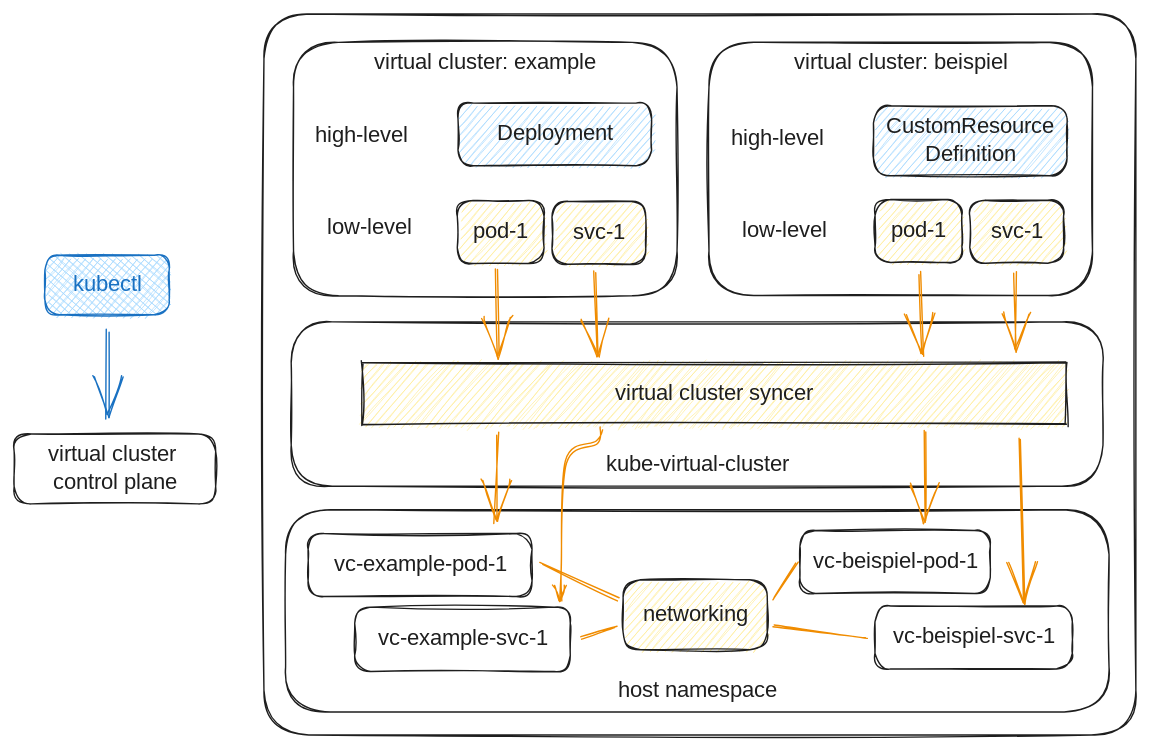
FlyinPancake/bsc-thesis keeps this Excalidraw diagram as thesis/figures/vcluster-arch.excalidraw.svg. Above is the earlier version. Source tidied: one line per element, renumbered; positions are measured from the earlier drawing's top-left corner, leaving out a move shared by most shapes. The source it was exported from:
```json
{"id": 0, "type": "rectangle", "strokeColor": "#1e1e1e", "strokeWidth": 1, "roughness": 1, "round": true, "x": 178, "y": 0, "width": 623, "height": 515}
{"id": 1, "type": "rectangle", "strokeColor": "#1e1e1e", "strokeWidth": 1, "roughness": 1, "round": true, "x": 194, "y": 354, "width": 588, "height": 144}
{"id": 2, "type": "text", "text": "host namespace", "strokeColor": "#1e1e1e", "strokeWidth": 1, "roughness": 1, "fontSize": 16, "fontFamily": 1, "textAlign": "center", "verticalAlign": "bottom", "inside": 1, "x": 426, "y": 474, "width": 124, "height": 20}
{"id": 3, "type": "rectangle", "strokeColor": "#1e1e1e", "strokeWidth": 1, "roughness": 1, "round": true, "x": 198, "y": 220, "width": 580, "height": 117}
{"id": 4, "type": "text", "text": "kube-virtual-cluster", "strokeColor": "#1e1e1e", "backgroundColor": "#ffec99", "fillStyle": "hachure", "strokeWidth": 1, "roughness": 1, "fontSize": 16, "fontFamily": 1, "textAlign": "center", "verticalAlign": "bottom", "inside": 3, "x": 411, "y": 312, "width": 153, "height": 20}
{"id": 5, "type": "rectangle", "strokeColor": "#1e1e1e", "backgroundColor": "#ffec99", "fillStyle": "hachure", "strokeWidth": 1, "roughness": 1, "x": 249, "y": 249, "width": 503, "height": 44}
{"id": 6, "type": "text", "text": "virtual cluster syncer", "strokeColor": "#1e1e1e", "backgroundColor": "#ffec99", "fillStyle": "hachure", "strokeWidth": 1, "roughness": 1, "fontSize": 16, "fontFamily": 1, "textAlign": "center", "verticalAlign": "middle", "inside": 5, "x": 415, "y": 261, "width": 170, "height": 20}
{"id": 7, "type": "rectangle", "strokeColor": "#1e1e1e", "strokeWidth": 1, "roughness": 1, "round": true, "x": 200, "y": 20, "width": 274, "height": 181}
{"id": 8, "type": "text", "text": "virtual cluster: example", "strokeColor": "#1e1e1e", "strokeWidth": 1, "roughness": 1, "fontSize": 16, "fontFamily": 1, "textAlign": "center", "inside": 7, "x": 244, "y": 25, "width": 186, "height": 20}
{"id": 9, "type": "rectangle", "strokeColor": "#1e1e1e", "backgroundColor": "#a5d8ff", "fillStyle": "hachure", "strokeWidth": 1, "roughness": 1, "round": true, "x": 317, "y": 64, "width": 138, "height": 45}
{"id": 10, "type": "text", "text": "Deployment", "strokeColor": "#1e1e1e", "strokeWidth": 1, "roughness": 1, "fontSize": 16, "fontFamily": 1, "textAlign": "center", "verticalAlign": "middle", "inside": 9, "x": 344, "y": 76, "width": 85, "height": 20}
{"id": 11, "type": "rectangle", "strokeColor": "#1e1e1e", "backgroundColor": "#ffec99", "fillStyle": "hachure", "strokeWidth": 1, "roughness": 1, "round": true, "x": 317, "y": 133, "width": 62, "height": 45}
{"id": 12, "type": "text", "text": "pod-1", "strokeColor": "#1e1e1e", "strokeWidth": 1, "roughness": 1, "fontSize": 16, "fontFamily": 1, "textAlign": "center", "verticalAlign": "middle", "inside": 11, "x": 329, "y": 146, "width": 37, "height": 20}
{"id": 13, "type": "text", "text": "high-level", "strokeColor": "#1e1e1e", "backgroundColor": "#ffec99", "fillStyle": "hachure", "strokeWidth": 1, "roughness": 1, "fontSize": 16, "fontFamily": 1, "textAlign": "center", "verticalAlign": "middle", "x": 214, "y": 77, "width": 68, "height": 20}
{"id": 14, "type": "text", "text": "low-level", "strokeColor": "#1e1e1e", "backgroundColor": "#ffec99", "fillStyle": "hachure", "strokeWidth": 1, "roughness": 1, "fontSize": 16, "fontFamily": 1, "textAlign": "center", "verticalAlign": "middle", "x": 222, "y": 143, "width": 64, "height": 20}
{"id": 15, "type": "rectangle", "strokeColor": "#1e1e1e", "strokeWidth": 1, "roughness": 1, "round": true, "x": 496, "y": 20, "width": 274, "height": 181}
{"id": 16, "type": "text", "text": "virtual cluster: beispiel", "strokeColor": "#1e1e1e", "strokeWidth": 1, "roughness": 1, "fontSize": 16, "fontFamily": 1, "textAlign": "center", "inside": 15, "x": 544, "y": 25, "width": 180, "height": 20}
{"id": 17, "type": "rectangle", "strokeColor": "#1e1e1e", "backgroundColor": "#a5d8ff", "fillStyle": "hachure", "strokeWidth": 1, "roughness": 1, "round": true, "x": 614, "y": 66, "width": 138, "height": 50}
{"id": 18, "type": "text", "text": "CustomResource\nDefinition", "strokeColor": "#1e1e1e", "strokeWidth": 1, "roughness": 1, "fontSize": 16, "fontFamily": 1, "textAlign": "center", "verticalAlign": "middle", "inside": 17, "x": 620, "y": 71, "width": 126, "height": 40}
{"id": 19, "type": "text", "text": "high-level", "strokeColor": "#1e1e1e", "backgroundColor": "#ffec99", "fillStyle": "hachure", "strokeWidth": 1, "roughness": 1, "fontSize": 16, "fontFamily": 1, "textAlign": "center", "verticalAlign": "middle", "x": 511, "y": 79, "width": 68, "height": 20}
{"id": 20, "type": "text", "text": "low-level", "strokeColor": "#1e1e1e", "backgroundColor": "#ffec99", "fillStyle": "hachure", "strokeWidth": 1, "roughness": 1, "fontSize": 16, "fontFamily": 1, "textAlign": "center", "verticalAlign": "middle", "x": 519, "y": 145, "width": 64, "height": 20}
{"id": 21, "type": "rectangle", "strokeColor": "#1e1e1e", "backgroundColor": "#ffec99", "fillStyle": "hachure", "strokeWidth": 1, "roughness": 1, "round": true, "x": 384, "y": 134, "width": 67, "height": 45}
{"id": 22, "type": "text", "text": "svc-1", "strokeColor": "#1e1e1e", "strokeWidth": 1, "roughness": 1, "fontSize": 16, "fontFamily": 1, "textAlign": "center", "verticalAlign": "middle", "inside": 21, "x": 400, "y": 146, "width": 36, "height": 20}
{"id": 23, "type": "rectangle", "strokeColor": "#1e1e1e", "backgroundColor": "#ffec99", "fillStyle": "hachure", "strokeWidth": 1, "roughness": 1, "round": true, "x": 615, "y": 133, "width": 62, "height": 45}
{"id": 24, "type": "text", "text": "pod-1", "strokeColor": "#1e1e1e", "strokeWidth": 1, "roughness": 1, "fontSize": 16, "fontFamily": 1, "textAlign": "center", "verticalAlign": "middle", "inside": 23, "x": 628, "y": 145, "width": 37, "height": 20}
{"id": 25, "type": "rectangle", "strokeColor": "#1e1e1e", "backgroundColor": "#ffec99", "fillStyle": "hachure", "strokeWidth": 1, "roughness": 1, "round": true, "x": 683, "y": 133, "width": 67, "height": 45}
{"id": 26, "type": "text", "text": "svc-1", "strokeColor": "#1e1e1e", "strokeWidth": 1, "roughness": 1, "fontSize": 16, "fontFamily": 1, "textAlign": "center", "verticalAlign": "middle", "inside": 25, "x": 698, "y": 146, "width": 36, "height": 20}
{"id": 27, "type": "rectangle", "strokeColor": "#1e1e1e", "strokeWidth": 1, "roughness": 1, "round": true, "x": 210, "y": 371, "width": 160, "height": 45}
{"id": 28, "type": "text", "text": "vc-example-pod-1", "strokeColor": "#1e1e1e", "strokeWidth": 1, "roughness": 1, "fontSize": 16, "fontFamily": 1, "textAlign": "center", "verticalAlign": "middle", "inside": 27, "x": 227, "y": 384, "width": 126, "height": 20}
{"id": 29, "type": "rectangle", "strokeColor": "#1e1e1e", "strokeWidth": 1, "roughness": 1, "round": true, "x": 243, "y": 424, "width": 154, "height": 46}
{"id": 30, "type": "text", "text": "vc-example-svc-1", "strokeColor": "#1e1e1e", "strokeWidth": 1, "roughness": 1, "fontSize": 16, "fontFamily": 1, "textAlign": "center", "verticalAlign": "middle", "inside": 29, "x": 258, "y": 437, "width": 125, "height": 20}
{"id": 31, "type": "rectangle", "strokeColor": "#1e1e1e", "strokeWidth": 1, "roughness": 1, "round": true, "x": 561, "y": 369, "width": 136, "height": 45}
{"id": 32, "type": "text", "text": "vc-beispiel-pod-1", "strokeColor": "#1e1e1e", "strokeWidth": 1, "roughness": 1, "fontSize": 16, "fontFamily": 1, "textAlign": "center", "verticalAlign": "middle", "inside": 31, "x": 570, "y": 381, "width": 120, "height": 20}
{"id": 33, "type": "rectangle", "strokeColor": "#1e1e1e", "strokeWidth": 1, "roughness": 1, "round": true, "x": 615, "y": 423, "width": 141, "height": 45}
{"id": 34, "type": "text", "text": "vc-beispiel-svc-1", "strokeColor": "#1e1e1e", "strokeWidth": 1, "roughness": 1, "fontSize": 16, "fontFamily": 1, "textAlign": "center", "verticalAlign": "middle", "inside": 33, "x": 626, "y": 435, "width": 119, "height": 20}
{"id": 35, "type": "arrow", "strokeColor": "#f08c00", "strokeWidth": 1, "roughness": 1, "endArrowhead": "arrow", "round": true, "from": 11, "to": 5, "x": 345, "y": 182, "width": 2, "height": 63, "points": [[0, 0], [2, 63]]}
{"id": 36, "type": "arrow", "strokeColor": "#f08c00", "strokeWidth": 1, "roughness": 1, "endArrowhead": "arrow", "round": true, "from": 21, "to": 5, "x": 415, "y": 185, "width": 1, "height": 58, "points": [[0, 0], [1, 58]]}
{"id": 37, "type": "arrow", "strokeColor": "#f08c00", "strokeWidth": 1, "roughness": 1, "endArrowhead": "arrow", "round": true, "from": 23, "to": 5, "x": 647, "y": 185, "width": 3, "height": 59, "points": [[0, 0], [3, 59]]}
{"id": 38, "type": "arrow", "strokeColor": "#f08c00", "strokeWidth": 1, "roughness": 1, "endArrowhead": "arrow", "round": true, "from": 25, "to": 5, "x": 715, "y": 185, "width": 1, "height": 56, "points": [[0, 0], [1, 56]]}
{"id": 39, "type": "arrow", "strokeColor": "#f08c00", "strokeWidth": 1, "roughness": 1, "endArrowhead": "arrow", "round": true, "from": 5, "to": 27, "x": 346, "y": 300, "width": 2, "height": 64, "points": [[0, 0], [-2, 64]]}
{"id": 40, "type": "arrow", "strokeColor": "#f08c00", "strokeWidth": 1, "roughness": 1, "endArrowhead": "arrow", "round": true, "from": 5, "to": 29, "x": 420, "y": 296, "width": 28, "height": 123, "points": [[0, 0], [-3, 10], [-25, 24], [-28, 99], [-28, 123]]}
{"id": 41, "type": "arrow", "strokeColor": "#f08c00", "strokeWidth": 1, "roughness": 1, "endArrowhead": "arrow", "round": true, "from": 5, "to": 31, "x": 651, "y": 299, "width": 1, "height": 64, "points": [[0, 0], [-1, 64]]}
{"id": 42, "type": "arrow", "strokeColor": "#f08c00", "strokeWidth": 1, "roughness": 1, "endArrowhead": "arrow", "round": true, "from": 5, "to": 33, "x": 718, "y": 304, "width": 4, "height": 117, "points": [[0, 0], [4, 117]]}
{"id": 43, "type": "rectangle", "strokeColor": "#1e1e1e", "backgroundColor": "#ffec99", "fillStyle": "hachure", "strokeWidth": 1, "roughness": 1, "round": true, "x": 435, "y": 404, "width": 103, "height": 50}
{"id": 44, "type": "text", "text": "networking", "strokeColor": "#1e1e1e", "backgroundColor": "#ffec99", "fillStyle": "hachure", "strokeWidth": 1, "roughness": 1, "fontSize": 16, "fontFamily": 1, "textAlign": "center", "verticalAlign": "middle", "inside": 43, "x": 448, "y": 419, "width": 78, "height": 20}
{"id": 45, "type": "arrow", "strokeColor": "#f08c00", "backgroundColor": "#ffec99", "fillStyle": "hachure", "strokeWidth": 1, "roughness": 1, "round": true, "from": 31, "to": 43, "x": 559, "y": 392, "width": 17, "height": 25, "points": [[0, 0], [-17, 25]]}
{"id": 46, "type": "arrow", "strokeColor": "#f08c00", "backgroundColor": "#ffec99", "fillStyle": "hachure", "strokeWidth": 1, "roughness": 1, "round": true, "from": 33, "to": 43, "x": 609, "y": 445, "width": 66, "height": 8, "points": [[0, 0], [-66, -8]]}
{"id": 47, "type": "arrow", "strokeColor": "#f08c00", "backgroundColor": "#ffec99", "fillStyle": "hachure", "strokeWidth": 1, "roughness": 1, "round": true, "from": 43, "to": 27, "x": 432, "y": 418, "width": 55, "height": 26, "points": [[0, 0], [-55, -26]]}
{"id": 48, "type": "arrow", "strokeColor": "#f08c00", "backgroundColor": "#ffec99", "fillStyle": "hachure", "strokeWidth": 1, "roughness": 1, "round": true, "from": 43, "to": 29, "x": 430, "y": 438, "width": 25, "height": 8, "points": [[0, 0], [-25, 8]]}
{"id": 49, "type": "rectangle", "strokeColor": "#1971c2", "backgroundColor": "#a5d8ff", "fillStyle": "cross-hatch", "strokeWidth": 1, "roughness": 1, "round": true, "x": 22, "y": 172, "width": 89, "height": 43}
{"id": 50, "type": "text", "text": "kubectl", "strokeColor": "#1971c2", "backgroundColor": "#a5d8ff", "fillStyle": "hachure", "strokeWidth": 1, "roughness": 1, "fontSize": 16, "fontFamily": 1, "textAlign": "center", "verticalAlign": "middle", "inside": 49, "x": 39, "y": 184, "width": 55, "height": 20}
{"id": 51, "type": "arrow", "strokeColor": "#1971c2", "backgroundColor": "#a5d8ff", "fillStyle": "cross-hatch", "strokeWidth": 1, "roughness": 1, "endArrowhead": "arrow", "round": true, "from": 49, "to": 52, "x": 66, "y": 226, "width": 0, "height": 63, "points": [[0, 0], [0, 63]]}
{"id": 52, "type": "rectangle", "strokeColor": "#1e1e1e", "strokeWidth": 1, "roughness": 1, "round": true, "x": 0, "y": 300, "width": 144, "height": 50}
{"id": 53, "type": "text", "text": "virtual cluster \ncontrol plane", "strokeColor": "#1e1e1e", "strokeWidth": 1, "roughness": 1, "fontSize": 16, "fontFamily": 1, "textAlign": "center", "verticalAlign": "middle", "inside": 52, "x": 11, "y": 305, "width": 122, "height": 40}
```
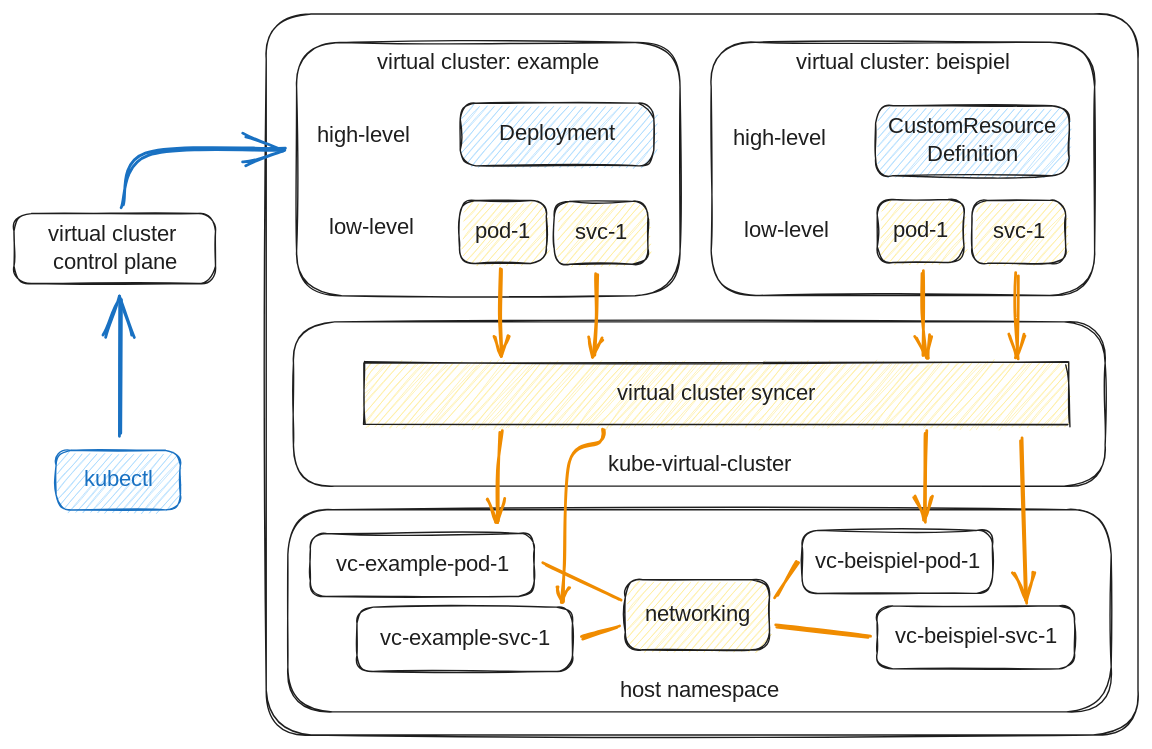
The same diagram one commit later.

Diff of the diagram source:
```diff
@@ -33,22 +33,23 @@
 {"id": 32, "type": "text", "text": "vc-beispiel-pod-1", "strokeColor": "#1e1e1e", "strokeWidth": 1, "roughness": 1, "fontSize": 16, "fontFamily": 1, "textAlign": "center", "verticalAlign": "middle", "inside": 31, "x": 570, "y": 381, "width": 120, "height": 20}
 {"id": 33, "type": "rectangle", "strokeColor": "#1e1e1e", "strokeWidth": 1, "roughness": 1, "round": true, "x": 615, "y": 423, "width": 141, "height": 45}
 {"id": 34, "type": "text", "text": "vc-beispiel-svc-1", "strokeColor": "#1e1e1e", "strokeWidth": 1, "roughness": 1, "fontSize": 16, "fontFamily": 1, "textAlign": "center", "verticalAlign": "middle", "inside": 33, "x": 626, "y": 435, "width": 119, "height": 20}
-{"id": 35, "type": "arrow", "strokeColor": "#f08c00", "strokeWidth": 1, "roughness": 1, "endArrowhead": "arrow", "round": true, "from": 11, "to": 5, "x": 345, "y": 182, "width": 2, "height": 63, "points": [[0, 0], [2, 63]]}
+{"id": 35, "type": "arrow", "strokeColor": "#f08c00", "strokeWidth": 2, "roughness": 1, "endArrowhead": "arrow", "round": true, "from": 11, "to": 5, "x": 345, "y": 182, "width": 1, "height": 63, "points": [[0, 0], [1, 34], [0, 63]]}
-{"id": 36, "type": "arrow", "strokeColor": "#f08c00", "strokeWidth": 1, "roughness": 1, "endArrowhead": "arrow", "round": true, "from": 21, "to": 5, "x": 415, "y": 185, "width": 1, "height": 58, "points": [[0, 0], [1, 58]]}
+{"id": 36, "type": "arrow", "strokeColor": "#f08c00", "strokeWidth": 2, "roughness": 1, "endArrowhead": "arrow", "round": true, "from": 21, "to": 5, "x": 415, "y": 185, "width": 2, "height": 59, "points": [[0, 0], [-2, 31], [-2, 59]]}
-{"id": 37, "type": "arrow", "strokeColor": "#f08c00", "strokeWidth": 1, "roughness": 1, "endArrowhead": "arrow", "round": true, "from": 23, "to": 5, "x": 647, "y": 185, "width": 3, "height": 59, "points": [[0, 0], [3, 59]]}
+{"id": 37, "type": "arrow", "strokeColor": "#f08c00", "strokeWidth": 2, "roughness": 1, "endArrowhead": "arrow", "round": true, "from": 23, "to": 5, "x": 647, "y": 185, "width": 2, "height": 60, "points": [[0, 0], [2, 29], [1, 60]]}
-{"id": 38, "type": "arrow", "strokeColor": "#f08c00", "strokeWidth": 1, "roughness": 1, "endArrowhead": "arrow", "round": true, "from": 25, "to": 5, "x": 715, "y": 185, "width": 1, "height": 56, "points": [[0, 0], [1, 56]]}
+{"id": 38, "type": "arrow", "strokeColor": "#f08c00", "strokeWidth": 2, "roughness": 1, "endArrowhead": "arrow", "round": true, "from": 25, "to": 5, "x": 715, "y": 185, "width": 1, "height": 60, "points": [[0, 0], [0, 29], [1, 60]]}
-{"id": 39, "type": "arrow", "strokeColor": "#f08c00", "strokeWidth": 1, "roughness": 1, "endArrowhead": "arrow", "round": true, "from": 5, "to": 27, "x": 346, "y": 300, "width": 2, "height": 64, "points": [[0, 0], [-2, 64]]}
+{"id": 39, "type": "arrow", "strokeColor": "#f08c00", "strokeWidth": 2, "roughness": 1, "endArrowhead": "arrow", "round": true, "from": 5, "to": 27, "x": 346, "y": 300, "width": 2, "height": 64, "points": [[0, 0], [-2, 28], [-2, 64]]}
-{"id": 40, "type": "arrow", "strokeColor": "#f08c00", "strokeWidth": 1, "roughness": 1, "endArrowhead": "arrow", "round": true, "from": 5, "to": 29, "x": 420, "y": 296, "width": 28, "height": 123, "points": [[0, 0], [-3, 10], [-25, 24], [-28, 99], [-28, 123]]}
+{"id": 40, "type": "arrow", "strokeColor": "#f08c00", "strokeWidth": 2, "roughness": 1, "endArrowhead": "arrow", "round": true, "from": 5, "to": 29, "x": 420, "y": 296, "width": 28, "height": 123, "points": [[0, 0], [-3, 10], [-25, 24], [-28, 99], [-28, 123]]}
-{"id": 41, "type": "arrow", "strokeColor": "#f08c00", "strokeWidth": 1, "roughness": 1, "endArrowhead": "arrow", "round": true, "from": 5, "to": 31, "x": 651, "y": 299, "width": 1, "height": 64, "points": [[0, 0], [-1, 64]]}
+{"id": 41, "type": "arrow", "strokeColor": "#f08c00", "strokeWidth": 2, "roughness": 1, "endArrowhead": "arrow", "round": true, "from": 5, "to": 31, "x": 650, "y": 299, "width": 1, "height": 64, "points": [[0, 0], [-1, 27], [-1, 64]]}
-{"id": 42, "type": "arrow", "strokeColor": "#f08c00", "strokeWidth": 1, "roughness": 1, "endArrowhead": "arrow", "round": true, "from": 5, "to": 33, "x": 718, "y": 304, "width": 4, "height": 117, "points": [[0, 0], [4, 117]]}
+{"id": 42, "type": "arrow", "strokeColor": "#f08c00", "strokeWidth": 2, "roughness": 1, "endArrowhead": "arrow", "round": true, "from": 5, "to": 33, "x": 718, "y": 304, "width": 4, "height": 117, "points": [[0, 0], [3, 74], [4, 117]]}
 {"id": 43, "type": "rectangle", "strokeColor": "#1e1e1e", "backgroundColor": "#ffec99", "fillStyle": "hachure", "strokeWidth": 1, "roughness": 1, "round": true, "x": 435, "y": 404, "width": 103, "height": 50}
 {"id": 44, "type": "text", "text": "networking", "strokeColor": "#1e1e1e", "backgroundColor": "#ffec99", "fillStyle": "hachure", "strokeWidth": 1, "roughness": 1, "fontSize": 16, "fontFamily": 1, "textAlign": "center", "verticalAlign": "middle", "inside": 43, "x": 448, "y": 419, "width": 78, "height": 20}
-{"id": 45, "type": "arrow", "strokeColor": "#f08c00", "backgroundColor": "#ffec99", "fillStyle": "hachure", "strokeWidth": 1, "roughness": 1, "round": true, "from": 31, "to": 43, "x": 559, "y": 392, "width": 17, "height": 25, "points": [[0, 0], [-17, 25]]}
+{"id": 45, "type": "arrow", "strokeColor": "#f08c00", "backgroundColor": "#ffec99", "fillStyle": "hachure", "strokeWidth": 2, "roughness": 1, "round": true, "from": 31, "to": 43, "x": 559, "y": 392, "width": 17, "height": 25, "points": [[0, 0], [-17, 25]]}
-{"id": 46, "type": "arrow", "strokeColor": "#f08c00", "backgroundColor": "#ffec99", "fillStyle": "hachure", "strokeWidth": 1, "roughness": 1, "round": true, "from": 33, "to": 43, "x": 609, "y": 445, "width": 66, "height": 8, "points": [[0, 0], [-66, -8]]}
+{"id": 46, "type": "arrow", "strokeColor": "#f08c00", "backgroundColor": "#ffec99", "fillStyle": "hachure", "strokeWidth": 2, "roughness": 1, "round": true, "from": 33, "to": 43, "x": 609, "y": 445, "width": 66, "height": 8, "points": [[0, 0], [-66, -8]]}
-{"id": 47, "type": "arrow", "strokeColor": "#f08c00", "backgroundColor": "#ffec99", "fillStyle": "hachure", "strokeWidth": 1, "roughness": 1, "round": true, "from": 43, "to": 27, "x": 432, "y": 418, "width": 55, "height": 26, "points": [[0, 0], [-55, -26]]}
+{"id": 47, "type": "arrow", "strokeColor": "#f08c00", "backgroundColor": "#ffec99", "fillStyle": "hachure", "strokeWidth": 2, "roughness": 1, "round": true, "from": 43, "to": 27, "x": 432, "y": 418, "width": 55, "height": 26, "points": [[0, 0], [-55, -26]]}
-{"id": 48, "type": "arrow", "strokeColor": "#f08c00", "backgroundColor": "#ffec99", "fillStyle": "hachure", "strokeWidth": 1, "roughness": 1, "round": true, "from": 43, "to": 29, "x": 430, "y": 438, "width": 25, "height": 8, "points": [[0, 0], [-25, 8]]}
+{"id": 48, "type": "arrow", "strokeColor": "#f08c00", "backgroundColor": "#ffec99", "fillStyle": "hachure", "strokeWidth": 2, "roughness": 1, "round": true, "from": 43, "to": 29, "x": 430, "y": 438, "width": 25, "height": 8, "points": [[0, 0], [-25, 8]]}
-{"id": 49, "type": "rectangle", "strokeColor": "#1971c2", "backgroundColor": "#a5d8ff", "fillStyle": "cross-hatch", "strokeWidth": 1, "roughness": 1, "round": true, "x": 22, "y": 172, "width": 89, "height": 43}
+{"id": 49, "type": "rectangle", "strokeColor": "#1971c2", "backgroundColor": "#a5d8ff", "fillStyle": "hachure", "strokeWidth": 1, "roughness": 1, "round": true, "x": 28, "y": 312, "width": 89, "height": 43}
-{"id": 50, "type": "text", "text": "kubectl", "strokeColor": "#1971c2", "backgroundColor": "#a5d8ff", "fillStyle": "hachure", "strokeWidth": 1, "roughness": 1, "fontSize": 16, "fontFamily": 1, "textAlign": "center", "verticalAlign": "middle", "inside": 49, "x": 39, "y": 184, "width": 55, "height": 20}
+{"id": 50, "type": "text", "text": "kubectl", "strokeColor": "#1971c2", "backgroundColor": "#a5d8ff", "fillStyle": "hachure", "strokeWidth": 1, "roughness": 1, "fontSize": 16, "fontFamily": 1, "textAlign": "center", "verticalAlign": "middle", "inside": 49, "x": 45, "y": 323, "width": 55, "height": 20}
-{"id": 51, "type": "arrow", "strokeColor": "#1971c2", "backgroundColor": "#a5d8ff", "fillStyle": "cross-hatch", "strokeWidth": 1, "roughness": 1, "endArrowhead": "arrow", "round": true, "from": 49, "to": 52, "x": 66, "y": 226, "width": 0, "height": 63, "points": [[0, 0], [0, 63]]}
+{"id": 51, "type": "arrow", "strokeColor": "#1971c2", "backgroundColor": "#a5d8ff", "fillStyle": "cross-hatch", "strokeWidth": 2, "roughness": 1, "endArrowhead": "arrow", "round": true, "from": 49, "to": 52, "x": 74, "y": 301, "width": 2, "height": 97, "points": [[0, 0], [2, -97]]}
-{"id": 52, "type": "rectangle", "strokeColor": "#1e1e1e", "strokeWidth": 1, "roughness": 1, "round": true, "x": 0, "y": 300, "width": 144, "height": 50}
+{"id": 52, "type": "rectangle", "strokeColor": "#1e1e1e", "strokeWidth": 1, "roughness": 1, "round": true, "x": -2, "y": 143, "width": 144, "height": 50}
-{"id": 53, "type": "text", "text": "virtual cluster \ncontrol plane", "strokeColor": "#1e1e1e", "strokeWidth": 1, "roughness": 1, "fontSize": 16, "fontFamily": 1, "textAlign": "center", "verticalAlign": "middle", "inside": 52, "x": 11, "y": 305, "width": 122, "height": 40}
+{"id": 53, "type": "text", "text": "virtual cluster \ncontrol plane", "strokeColor": "#1e1e1e", "strokeWidth": 1, "roughness": 1, "fontSize": 16, "fontFamily": 1, "textAlign": "center", "verticalAlign": "middle", "inside": 52, "x": 9, "y": 148, "width": 122, "height": 40}
+{"id": 54, "type": "arrow", "strokeColor": "#1971c2", "strokeWidth": 2, "roughness": 1, "endArrowhead": "arrow", "round": true, "from": 52, "to": 7, "x": 76, "y": 138, "width": 115, "height": 42, "points": [[0, 0], [17, -38], [115, -42]]}
```
